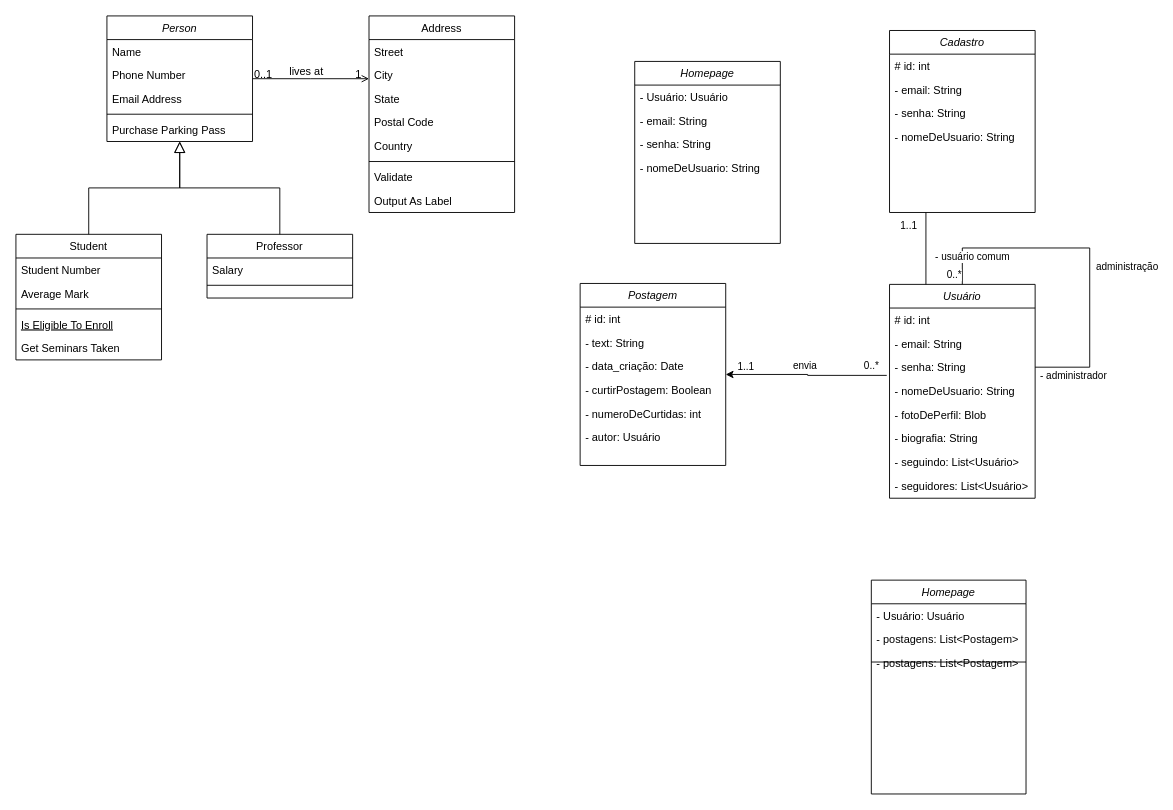
The draw.io diagram misc/diagramas/Diagrama de Classe/Diagrama de Classe.drawio in VerbalThree/OpenVoice, before the edit. Source tidied: cells renumbered, new cells numbered last; positions are measured from the earlier drawing's top-left corner, leaving out a move shared by most shapes. Both pictures are drawn from the tidied source at 91%, with x=0, y=0 at pixel (15, 15).
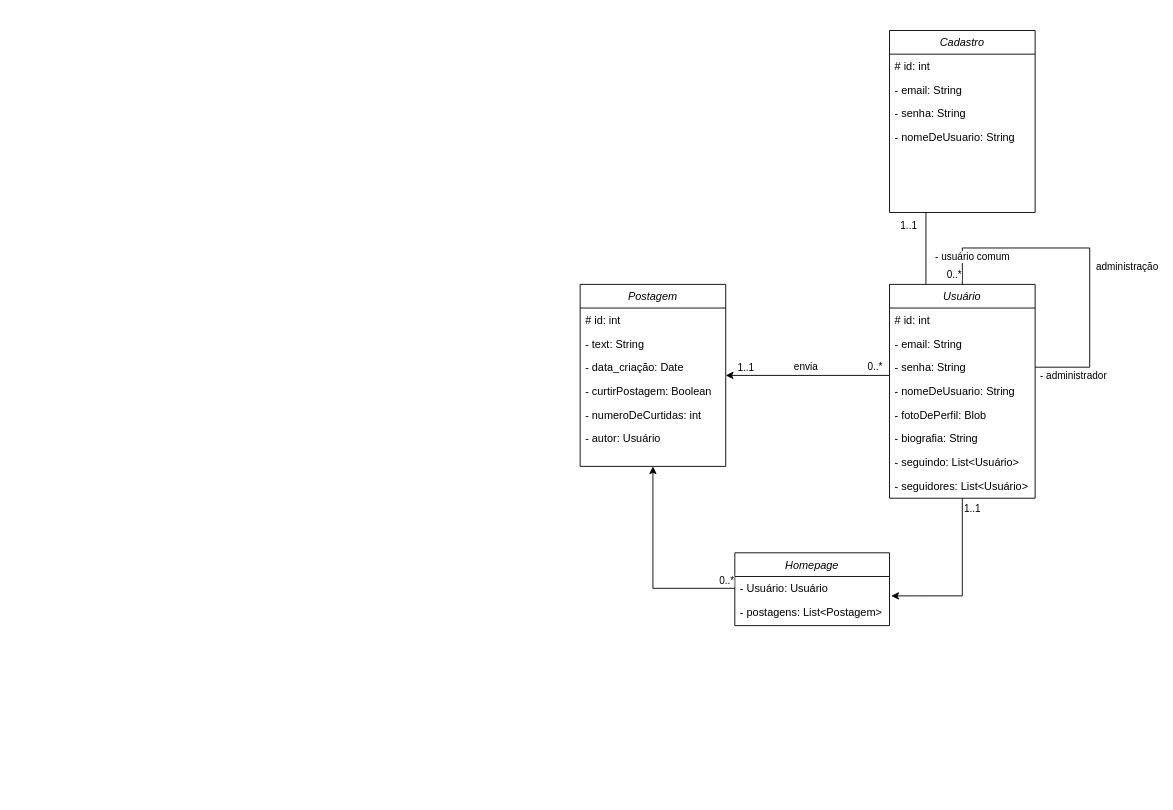
The same page after the edit.

The change refers to these unchanged cells:
```xml
<mxCell id="32" value="Usuário" style="swimlane;fontStyle=2;align=center;verticalAlign=top;horizontal=1;startSize=26;rounded=0;shadow=0;strokeWidth=1;" parent="1" vertex="1">
  <mxGeometry x="960" y="295" width="160" height="235" as="geometry" />
</mxCell>
<mxCell id="35" value="- senha: String" style="text;align=left;verticalAlign=top;spacingLeft=4;spacingRight=4;overflow=hidden;points=[[0,0.5],[1,0.5]];portConstraint=eastwest;rounded=0;shadow=0;html=0;" parent="32" vertex="1">
  <mxGeometry y="78" width="160" height="26" as="geometry" />
</mxCell>
<mxCell id="70" value="- Usuário: Usuário" style="text;align=left;verticalAlign=top;spacingLeft=4;spacingRight=4;overflow=hidden;points=[[0,0.5],[1,0.5]];portConstraint=eastwest;" parent="69" vertex="1">
  <mxGeometry y="26" width="170" height="26" as="geometry" />
</mxCell>
```

What changed in the source:
```diff
@@
-    <mxCell id="2" value="Person" style="swimlane;fontStyle=2;align=center;verticalAlign=top;horizontal=1;startSize=26;rounded=0;shadow=0;strokeWidth=1;" parent="1" vertex="1">
-      <mxGeometry x="100" width="160" height="138" as="geometry" />
-    </mxCell>
-    <mxCell id="3" value="Name" style="text;align=left;verticalAlign=top;spacingLeft=4;spacingRight=4;overflow=hidden;" parent="2" vertex="1">
-      <mxGeometry y="26" width="160" height="26" as="geometry" />
-    </mxCell>
-    <mxCell id="4" value="Phone Number" style="text;align=left;verticalAlign=top;spacingLeft=4;spacingRight=4;overflow=hidden;rounded=0;shadow=0;html=0;" parent="2" vertex="1">
-      <mxGeometry y="52" width="160" height="26" as="geometry" />
-    </mxCell>
-    <mxCell id="5" value="Email Address" style="text;align=left;verticalAlign=top;spacingLeft=4;spacingRight=4;overflow=hidden;rounded=0;shadow=0;html=0;" parent="2" vertex="1">
-      <mxGeometry y="78" width="160" height="26" as="geometry" />
-    </mxCell>
-    <mxCell id="6" style="line;html=1;strokeWidth=1;align=left;verticalAlign=middle;spacingTop=-1;spacingLeft=3;spacingRight=3;labelPosition=right;" parent="2" vertex="1">
-      <mxGeometry y="104" width="160" height="8" as="geometry" />
-    </mxCell>
-    <mxCell id="7" value="Purchase Parking Pass" style="text;align=left;verticalAlign=top;spacingLeft=4;spacingRight=4;overflow=hidden;" parent="2" vertex="1">
-      <mxGeometry y="112" width="160" height="26" as="geometry" />
-    </mxCell>
-    <mxCell id="8" value="Student" style="swimlane;fontStyle=0;align=center;verticalAlign=top;horizontal=1;startSize=26;rounded=0;shadow=0;strokeWidth=1;" parent="1" vertex="1">
-      <mxGeometry y="240" width="160" height="138" as="geometry" />
-    </mxCell>
-    <mxCell id="9" value="Student Number" style="text;align=left;verticalAlign=top;spacingLeft=4;spacingRight=4;overflow=hidden;" parent="8" vertex="1">
-      <mxGeometry y="26" width="160" height="26" as="geometry" />
-    </mxCell>
-    <mxCell id="10" value="Average Mark" style="text;align=left;verticalAlign=top;spacingLeft=4;spacingRight=4;overflow=hidden;rounded=0;shadow=0;html=0;" parent="8" vertex="1">
-      <mxGeometry y="52" width="160" height="26" as="geometry" />
-    </mxCell>
-    <mxCell id="11" style="line;html=1;strokeWidth=1;align=left;verticalAlign=middle;spacingTop=-1;spacingLeft=3;spacingRight=3;labelPosition=right;" parent="8" vertex="1">
-      <mxGeometry y="78" width="160" height="8" as="geometry" />
-    </mxCell>
-    <mxCell id="12" value="Is Eligible To Enroll" style="text;align=left;verticalAlign=top;spacingLeft=4;spacingRight=4;overflow=hidden;fontStyle=4;" parent="8" vertex="1">
-      <mxGeometry y="86" width="160" height="26" as="geometry" />
-    </mxCell>
-    <mxCell id="13" value="Get Seminars Taken" style="text;align=left;verticalAlign=top;spacingLeft=4;spacingRight=4;overflow=hidden;" parent="8" vertex="1">
-      <mxGeometry y="112" width="160" height="26" as="geometry" />
-    </mxCell>
-    <mxCell id="14" style="endArrow=block;endSize=10;endFill=0;shadow=0;strokeWidth=1;rounded=0;curved=0;edgeStyle=elbowEdgeStyle;elbow=vertical;" parent="1" edge="1" source="8" target="2">
-      <mxGeometry relative="1" as="geometry" />
-    </mxCell>
-    <mxCell id="15" value="Professor" style="swimlane;fontStyle=0;align=center;verticalAlign=top;horizontal=1;startSize=26;rounded=0;shadow=0;strokeWidth=1;" parent="1" vertex="1">
-      <mxGeometry x="210" y="240" width="160" height="70" as="geometry" />
-    </mxCell>
-    <mxCell id="16" value="Salary" style="text;align=left;verticalAlign=top;spacingLeft=4;spacingRight=4;overflow=hidden;" parent="15" vertex="1">
-      <mxGeometry y="26" width="160" height="26" as="geometry" />
-    </mxCell>
-    <mxCell id="17" style="line;html=1;strokeWidth=1;align=left;verticalAlign=middle;spacingTop=-1;spacingLeft=3;spacingRight=3;labelPosition=right;" parent="15" vertex="1">
-      <mxGeometry y="52" width="160" height="8" as="geometry" />
-    </mxCell>
-    <mxCell id="18" style="endArrow=block;endSize=10;endFill=0;shadow=0;strokeWidth=1;rounded=0;curved=0;edgeStyle=elbowEdgeStyle;elbow=vertical;" parent="1" edge="1" source="15" target="2">
-      <mxGeometry relative="1" as="geometry" />
-    </mxCell>
-    <mxCell id="19" value="Address" style="swimlane;fontStyle=0;align=center;verticalAlign=top;horizontal=1;startSize=26;rounded=0;shadow=0;strokeWidth=1;" parent="1" vertex="1">
-      <mxGeometry x="388" width="160" height="216" as="geometry" />
-    </mxCell>
-    <mxCell id="20" value="Street" style="text;align=left;verticalAlign=top;spacingLeft=4;spacingRight=4;overflow=hidden;" parent="19" vertex="1">
-      <mxGeometry y="26" width="160" height="26" as="geometry" />
-    </mxCell>
-    <mxCell id="21" value="City" style="text;align=left;verticalAlign=top;spacingLeft=4;spacingRight=4;overflow=hidden;rounded=0;shadow=0;html=0;" parent="19" vertex="1">
-      <mxGeometry y="52" width="160" height="26" as="geometry" />
-    </mxCell>
-    <mxCell id="22" value="State" style="text;align=left;verticalAlign=top;spacingLeft=4;spacingRight=4;overflow=hidden;rounded=0;shadow=0;html=0;" parent="19" vertex="1">
-      <mxGeometry y="78" width="160" height="26" as="geometry" />
-    </mxCell>
-    <mxCell id="23" value="Postal Code" style="text;align=left;verticalAlign=top;spacingLeft=4;spacingRight=4;overflow=hidden;rounded=0;shadow=0;html=0;" parent="19" vertex="1">
-      <mxGeometry y="104" width="160" height="26" as="geometry" />
-    </mxCell>
-    <mxCell id="24" value="Country" style="text;align=left;verticalAlign=top;spacingLeft=4;spacingRight=4;overflow=hidden;rounded=0;shadow=0;html=0;" parent="19" vertex="1">
-      <mxGeometry y="130" width="160" height="26" as="geometry" />
-    </mxCell>
-    <mxCell id="25" style="line;html=1;strokeWidth=1;align=left;verticalAlign=middle;spacingTop=-1;spacingLeft=3;spacingRight=3;labelPosition=right;" parent="19" vertex="1">
-      <mxGeometry y="156" width="160" height="8" as="geometry" />
-    </mxCell>
-    <mxCell id="26" value="Validate" style="text;align=left;verticalAlign=top;spacingLeft=4;spacingRight=4;overflow=hidden;" parent="19" vertex="1">
-      <mxGeometry y="164" width="160" height="26" as="geometry" />
-    </mxCell>
-    <mxCell id="27" value="Output As Label" style="text;align=left;verticalAlign=top;spacingLeft=4;spacingRight=4;overflow=hidden;" parent="19" vertex="1">
-      <mxGeometry y="190" width="160" height="26" as="geometry" />
-    </mxCell>
-    <mxCell id="28" style="endArrow=open;shadow=0;strokeWidth=1;rounded=0;curved=0;endFill=1;edgeStyle=elbowEdgeStyle;elbow=vertical;" parent="1" edge="1" source="2" target="19">
-      <mxGeometry x="0.5" y="41" relative="1" as="geometry">
-        <mxPoint x="-40" y="32" as="offset" />
-      </mxGeometry>
-    </mxCell>
-    <mxCell id="29" value="0..1" style="align=left;verticalAlign=bottom;labelBackgroundColor=none;fontSize=12;" parent="28" vertex="1">
-      <mxGeometry x="-1" relative="1" as="geometry">
-        <mxPoint y="4" as="offset" />
-      </mxGeometry>
-    </mxCell>
-    <mxCell id="30" value="1" style="align=right;verticalAlign=bottom;labelBackgroundColor=none;fontSize=12;" parent="28" vertex="1">
-      <mxGeometry x="1" relative="1" as="geometry">
-        <mxPoint x="-7" y="4" as="offset" />
-      </mxGeometry>
-    </mxCell>
-    <mxCell id="31" value="lives at" style="text;html=1;align=center;verticalAlign=middle;labelBackgroundColor=none;rounded=0;shadow=0;strokeWidth=1;fontSize=12;" parent="28" vertex="1">
-      <mxGeometry x="0.5" y="49" relative="1" as="geometry">
-        <mxPoint x="-38" y="40" as="offset" />
-      </mxGeometry>
-    </mxCell>
@@
     <mxCell id="45" value="Postagem" style="swimlane;fontStyle=2;align=center;verticalAlign=top;horizontal=1;startSize=26;rounded=0;shadow=0;strokeWidth=1;" parent="1" vertex="1">
-      <mxGeometry x="620" y="294" width="160" height="200" as="geometry" />
+      <mxGeometry x="620" y="295" width="160" height="200" as="geometry" />
     </mxCell>
@@
-    <mxCell id="52" style="edgeStyle=orthogonalEdgeStyle;rounded=0;jettySize=auto;html=1;entryX=-0.019;entryY=0.846;entryDx=0;entryDy=0;entryPerimeter=0;startArrow=classic;startFill=1;endArrow=none;endFill=0;" parent="1" edge="1" source="45" target="35">
+    <mxCell id="52" style="edgeStyle=orthogonalEdgeStyle;rounded=0;jettySize=auto;html=1;entryX=-0.004;entryY=0.848;entryDx=0;entryDy=0;entryPerimeter=0;startArrow=classic;startFill=1;endArrow=none;endFill=0;" parent="1" edge="1" source="45" target="35">
       <mxGeometry relative="1" as="geometry" />
     </mxCell>
@@
-    <mxCell id="63" value="Homepage" style="swimlane;fontStyle=2;align=center;verticalAlign=top;horizontal=1;startSize=26;rounded=0;shadow=0;strokeWidth=1;" parent="1" vertex="1">
-      <mxGeometry x="680" y="50" width="160" height="200" as="geometry" />
-    </mxCell>
-    <mxCell id="64" value="- Usuário: Usuário" style="text;align=left;verticalAlign=top;spacingLeft=4;spacingRight=4;overflow=hidden;" parent="63" vertex="1">
-      <mxGeometry y="26" width="160" height="26" as="geometry" />
-    </mxCell>
-    <mxCell id="65" value="- email: String" style="text;align=left;verticalAlign=top;spacingLeft=4;spacingRight=4;overflow=hidden;rounded=0;shadow=0;html=0;" parent="63" vertex="1">
-      <mxGeometry y="52" width="160" height="26" as="geometry" />
-    </mxCell>
-    <mxCell id="66" value="- senha: String" style="text;align=left;verticalAlign=top;spacingLeft=4;spacingRight=4;overflow=hidden;rounded=0;shadow=0;html=0;" parent="63" vertex="1">
-      <mxGeometry y="78" width="160" height="26" as="geometry" />
-    </mxCell>
-    <mxCell id="67" value="- nomeDeUsuario: String" style="text;align=left;verticalAlign=top;spacingLeft=4;spacingRight=4;overflow=hidden;rounded=0;shadow=0;html=0;" parent="63" vertex="1">
-      <mxGeometry y="104" width="160" height="26" as="geometry" />
-    </mxCell>
@@
     <mxCell id="69" value="Homepage" style="swimlane;fontStyle=2;align=center;verticalAlign=top;horizontal=1;startSize=26;rounded=0;shadow=0;strokeWidth=1;" parent="1" vertex="1">
-      <mxGeometry x="940" y="620" width="170" height="235" as="geometry" />
+      <mxGeometry x="790" y="590" width="170" height="80" as="geometry" />
     </mxCell>
@@
-    <mxCell id="72" style="endArrow=none;html=1;rounded=0;" parent="69" edge="1">
-      <mxGeometry relative="1" as="geometry">
-        <mxPoint y="90" as="sourcePoint" />
-        <mxPoint x="170" y="90" as="targetPoint" />
-      </mxGeometry>
-    </mxCell>
-    <mxCell id="73" value="- postagens: List&lt;Postagem&gt;" style="text;align=left;verticalAlign=top;spacingLeft=4;spacingRight=4;overflow=hidden;" parent="69" vertex="1">
-      <mxGeometry y="78" width="170" height="26" as="geometry" />
-    </mxCell>
+    <mxCell id="74" style="edgeStyle=orthogonalEdgeStyle;rounded=0;jettySize=auto;html=1;entryX=1.011;entryY=0.82;entryDx=0;entryDy=0;entryPerimeter=0;" parent="1" edge="1" source="32" target="70">
+      <mxGeometry relative="1" as="geometry" />
+    </mxCell>
+    <mxCell id="75" value="1..1" style="edgeLabel;html=1;align=center;verticalAlign=middle;" parent="74" vertex="1">
+      <mxGeometry x="-0.69" relative="1" as="geometry">
+        <mxPoint x="10" y="-18" as="offset" />
+      </mxGeometry>
+    </mxCell>
+    <mxCell id="76" style="edgeStyle=orthogonalEdgeStyle;rounded=0;jettySize=auto;html=1;entryX=0.5;entryY=1;entryDx=0;entryDy=0;" parent="1" edge="1" source="70" target="45">
+      <mxGeometry relative="1" as="geometry" />
+    </mxCell>
+    <mxCell id="77" value="0..*" style="edgeLabel;html=1;align=center;verticalAlign=middle;" parent="76" vertex="1">
+      <mxGeometry x="-0.87" relative="1" as="geometry">
+        <mxPoint x="5" y="-9" as="offset" />
+      </mxGeometry>
+    </mxCell>
```
